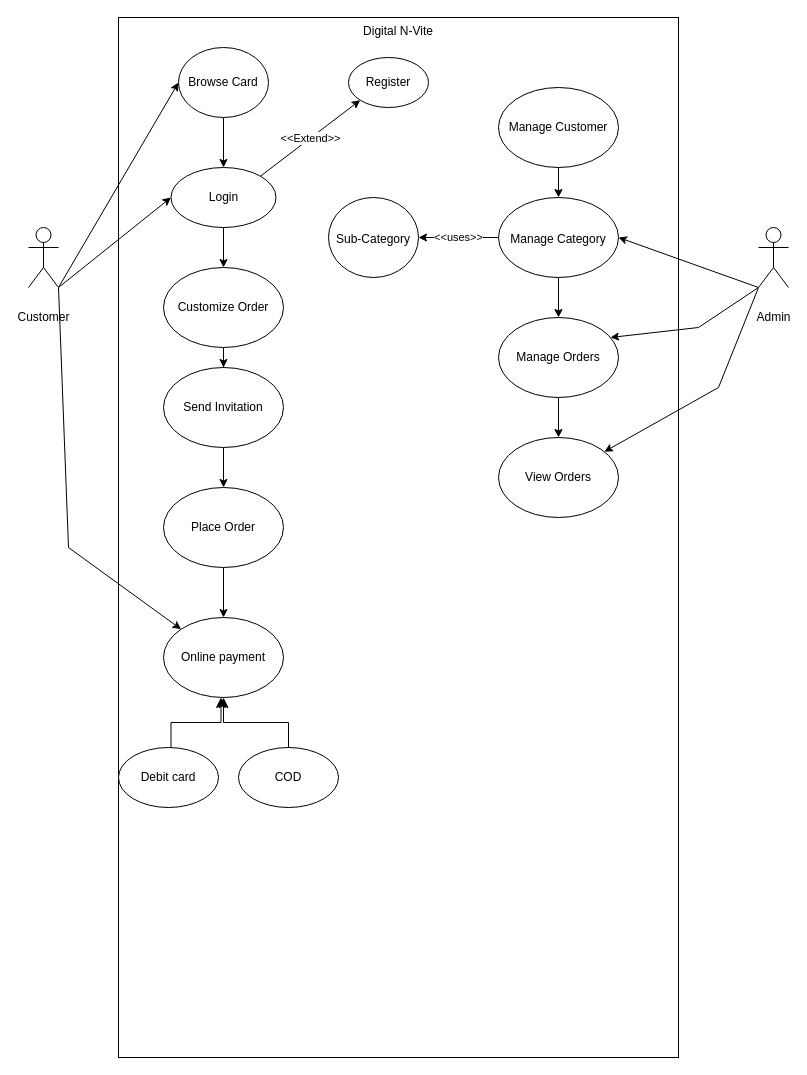
Earlier version of the draw.io diagram Untitled Diagram.drawio (consultomer/consultomer). Source tidied: cells renumbered, new cells numbered last; positions are measured from the earlier drawing's top-left corner, leaving out a move shared by most shapes. Both pictures are drawn from the tidied source at 100%, with x=0, y=0 at pixel (28, 17).
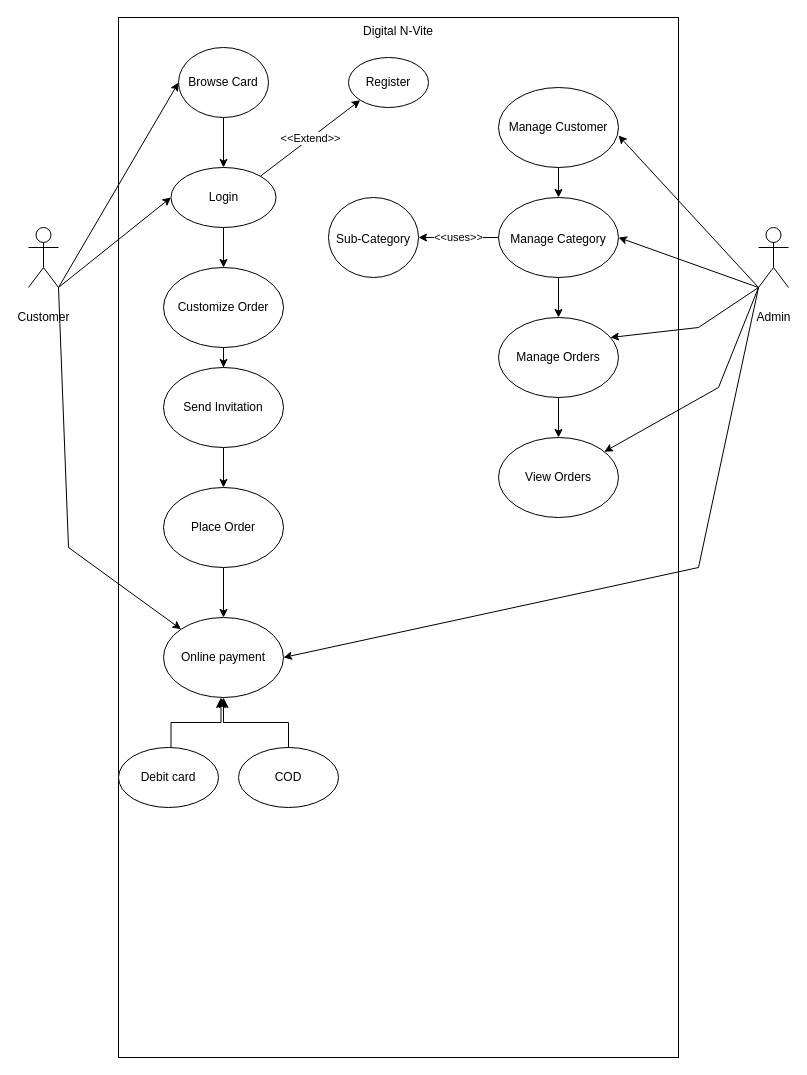
The same diagram, later.

Unchanged cells that the change refers to:
```xml
<mxCell id="11" value="Manage Customer" style="ellipse;whiteSpace=wrap;html=1;" parent="1" vertex="1">
  <mxGeometry x="470" y="70" width="120" height="80" as="geometry" />
</mxCell>
<mxCell id="28" value="Online payment" style="ellipse;whiteSpace=wrap;html=1;" parent="1" vertex="1">
  <mxGeometry x="135" y="600" width="120" height="80" as="geometry" />
</mxCell>
```

Change to the diagram source:
```diff
@@
+    <mxCell id="37" style="endArrow=classic;html=1;rounded=0;entryX=1;entryY=0.6;entryDx=0;entryDy=0;entryPerimeter=0;" parent="1" edge="1" target="11">
+      <mxGeometry relative="1" as="geometry">
+        <mxPoint x="730" y="270" as="sourcePoint" />
+      </mxGeometry>
+    </mxCell>
+    <mxCell id="38" style="endArrow=classic;html=1;rounded=0;entryX=1;entryY=0.5;entryDx=0;entryDy=0;" parent="1" edge="1" target="28">
+      <mxGeometry relative="1" as="geometry">
+        <mxPoint x="730" y="270" as="sourcePoint" />
+        <Array as="points">
+          <mxPoint x="670" y="550" />
+        </Array>
+      </mxGeometry>
+    </mxCell>
```
